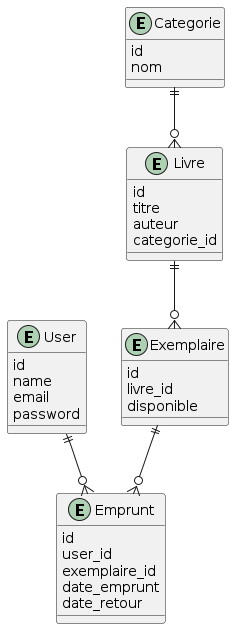
Ashvin02/bibliotheque_laravel keeps this PlantUML diagram as modélisation uml bibliothéque.png. Above is the earlier version. Its diagram source:
```plantuml
@startuml
entity User {
  id
  name
  email
  password
}

entity Livre {
  id
  titre
  auteur
  categorie_id
}

entity Categorie {
  id
  nom
}

entity Exemplaire {
  id
  livre_id
  disponible
}

entity Emprunt {
  id
  user_id
  exemplaire_id
  date_emprunt
  date_retour
}

Categorie ||--o{ Livre
Livre ||--o{ Exemplaire
User ||--o{ Emprunt
Exemplaire ||--o{ Emprunt
@enduml
```
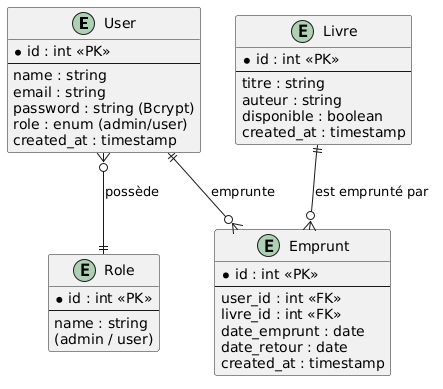
After the commit.

Commit message:
README complet avec UML et markdown

The edit, as a diff of the source:
```diff
@@ -1,39 +1,41 @@
 @startuml
-entity User {
-  id
-  name
-  email
-  password
+entity "User" {
+  * id : int <<PK>>
+  --
+  name : string
+  email : string
+  password : string (Bcrypt)
+  role : enum (admin/user)
+  created_at : timestamp
 }
 
-entity Livre {
-  id
-  titre
-  auteur
-  categorie_id
+entity "Livre" {
+  * id : int <<PK>>
+  --
+  titre : string
+  auteur : string
+  disponible : boolean
+  created_at : timestamp
 }
 
-entity Categorie {
-  id
-  nom
+entity "Emprunt" {
+  * id : int <<PK>>
+  --
+  user_id : int <<FK>>
+  livre_id : int <<FK>>
+  date_emprunt : date
+  date_retour : date
+  created_at : timestamp
 }
 
-entity Exemplaire {
-  id
-  livre_id
-  disponible
+entity "Role" {
+  * id : int <<PK>>
+  --
+  name : string
+  (admin / user)
 }
 
-entity Emprunt {
-  id
-  user_id
-  exemplaire_id
-  date_emprunt
-  date_retour
-}
-
-Categorie ||--o{ Livre
-Livre ||--o{ Exemplaire
-User ||--o{ Emprunt
-Exemplaire ||--o{ Emprunt
+User ||--o{ Emprunt : "emprunte"
+Livre ||--o{ Emprunt : "est emprunté par"
+User }o--|| Role : "possède"
 @enduml
```
